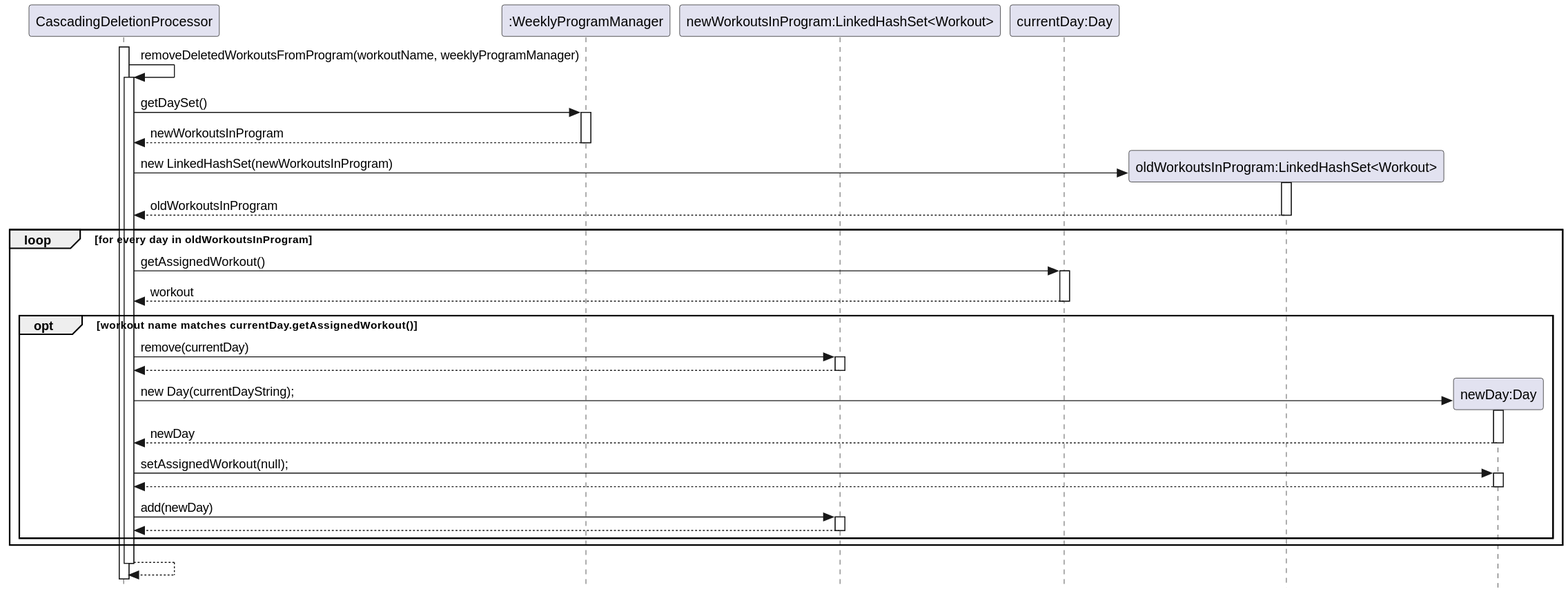
The PlantUML diagram docs/diagrams/deleteWorkoutFromProgram.svg in joshualeejunyi/tp, before a commit.
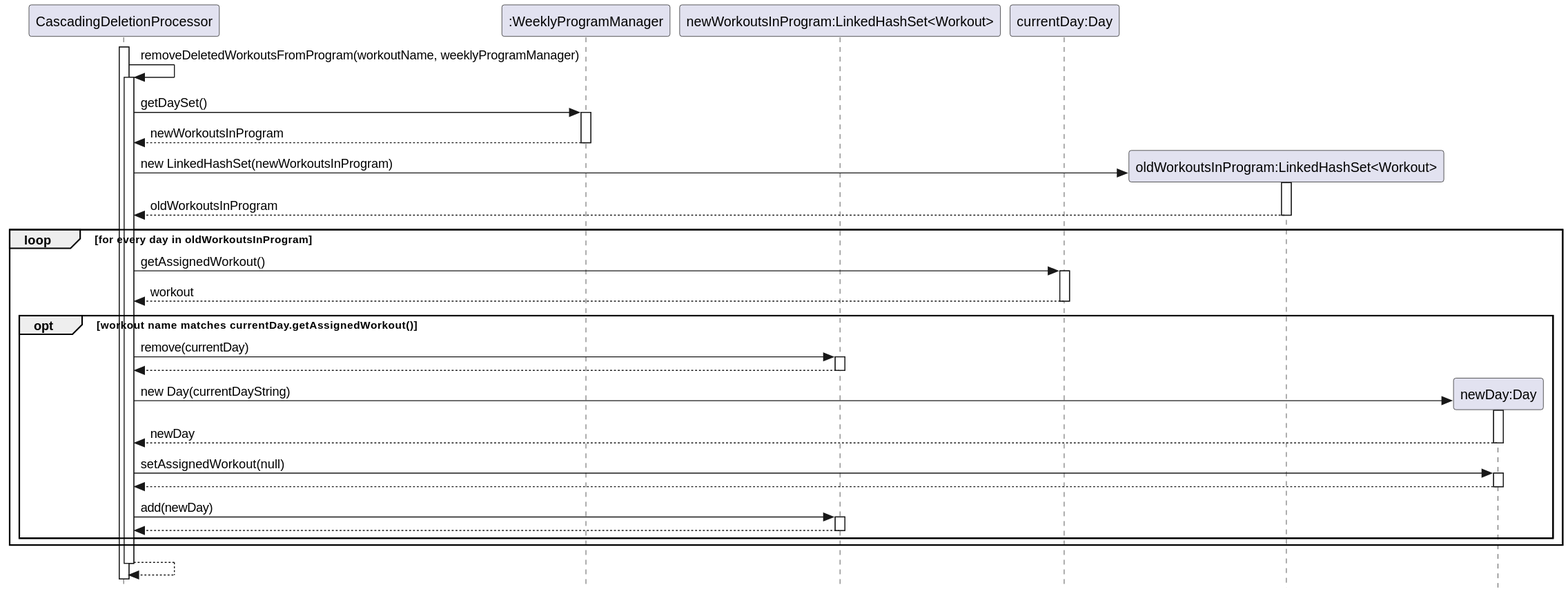
After the commit.

What changed in the source:
```diff
@@ -36,12 +36,12 @@
         deactivate newWorkouts
 
         create "newDay:Day" as newDay
-        c->newDay: new Day(currentDayString);
+        c->newDay: new Day(currentDayString)
         activate newDay
         newDay --> c: newDay
         deactivate newDay
 
-        c->newDay: setAssignedWorkout(null);
+        c->newDay: setAssignedWorkout(null)
         activate newDay
         newDay --> c:
         deactivate newDay
```
